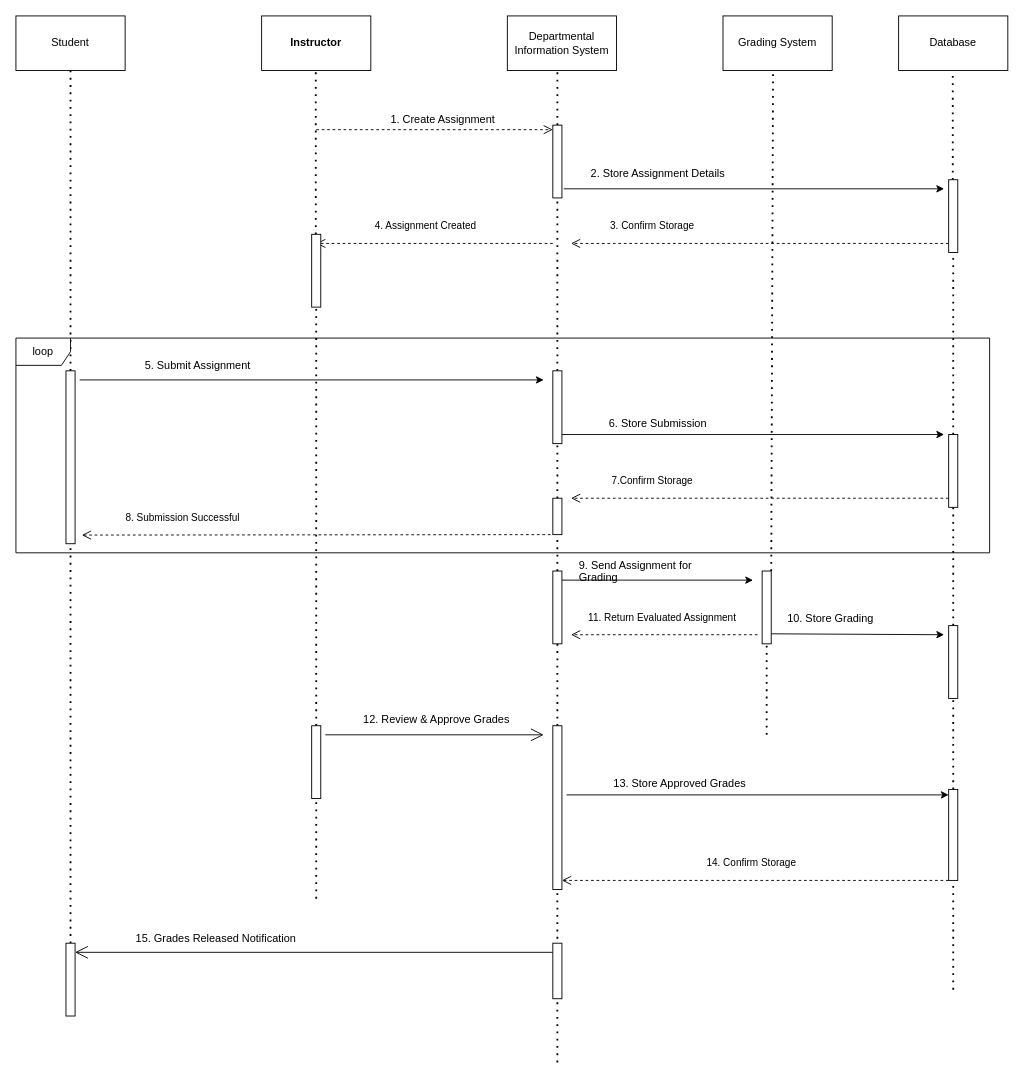
This is page "Page-10" (8 of 9) of Untitled Diagram.drawio from AdityaJyoti2002/Tic-Tac-Toe, a draw.io file, before an edit. Source tidied: cells renumbered, new cells numbered last; positions are measured from the earlier drawing's top-left corner, leaving out a move shared by most shapes. Both pictures are drawn from the tidied source at 91%, with x=0, y=0 at pixel (15, 15).
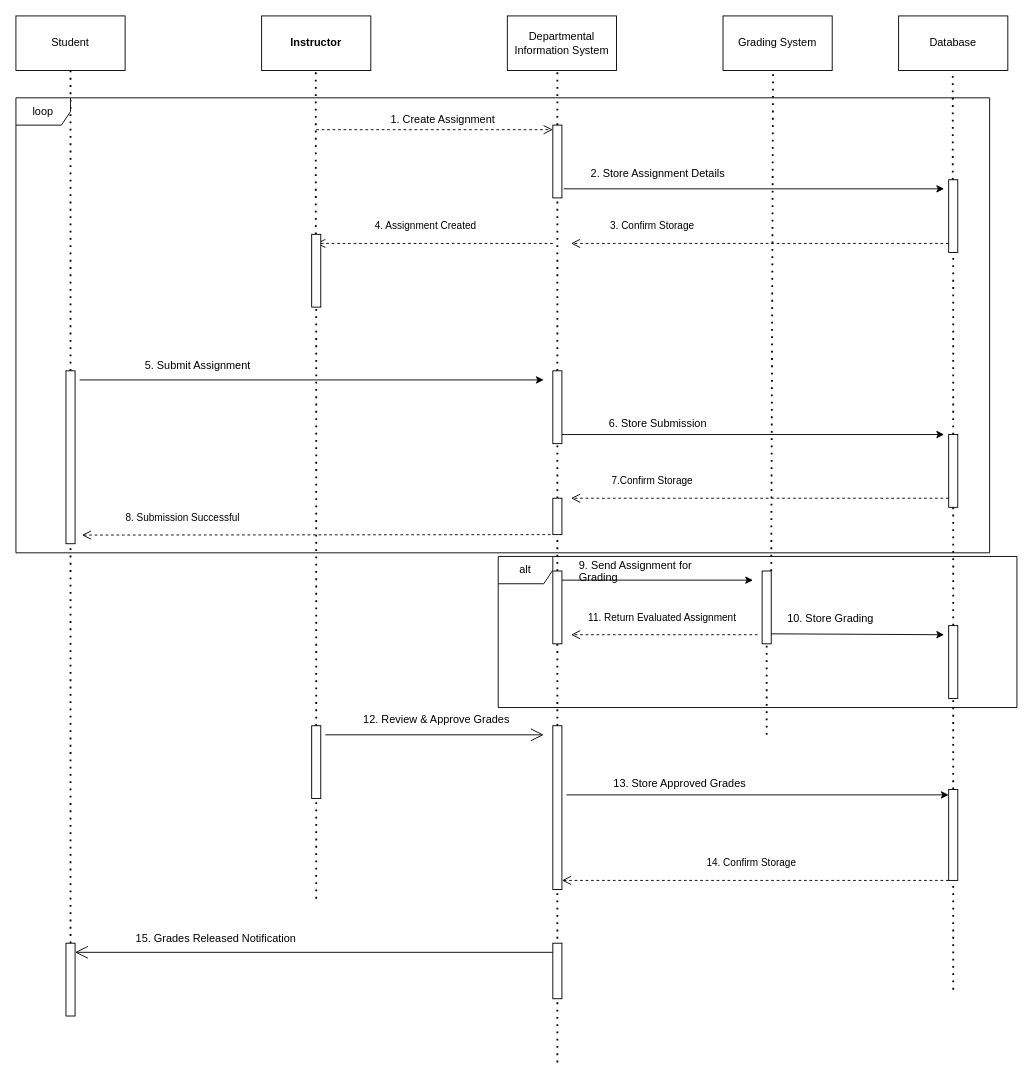
The same diagram, later.

What changed in the source:
```diff
@@
     <mxCell id="66" value="loop" style="shape=umlFrame;whiteSpace=wrap;html=1;" parent="1" vertex="1">
-      <mxGeometry y="354" width="1070" height="236" as="geometry" />
+      <mxGeometry y="90" width="1070" height="500" as="geometry" />
     </mxCell>
+    <mxCell id="67" value="alt" style="shape=umlFrame;whiteSpace=wrap;html=1;" parent="1" vertex="1">
+      <mxGeometry x="530" y="594" width="570" height="166" as="geometry" />
+    </mxCell>
```
